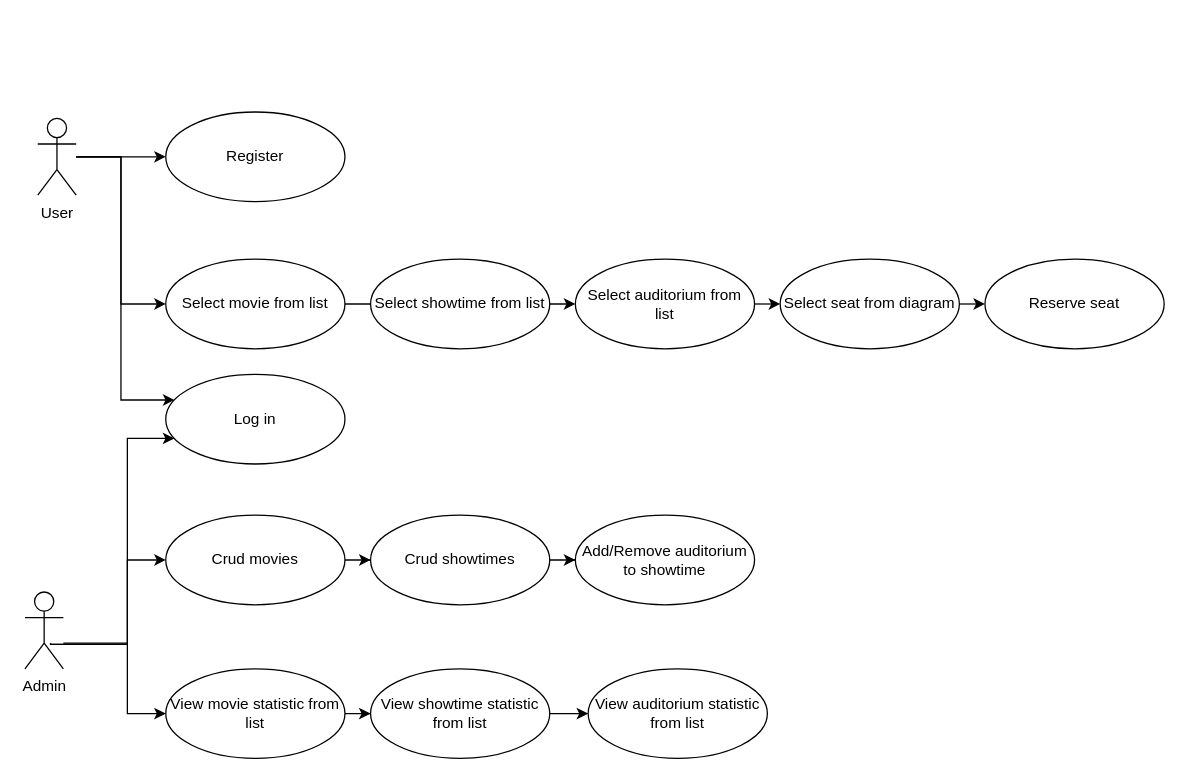
This is diagrams/use-case.drawio from MykhailoTiutiun/movie-reservation-system, a draw.io file, before an edit. Source tidied: cells renumbered, new cells numbered last; positions are measured from the earlier drawing's top-left corner, leaving out a move shared by most shapes. Both pictures are drawn from the tidied source at 128%, with x=0, y=0 at pixel (24, 111).
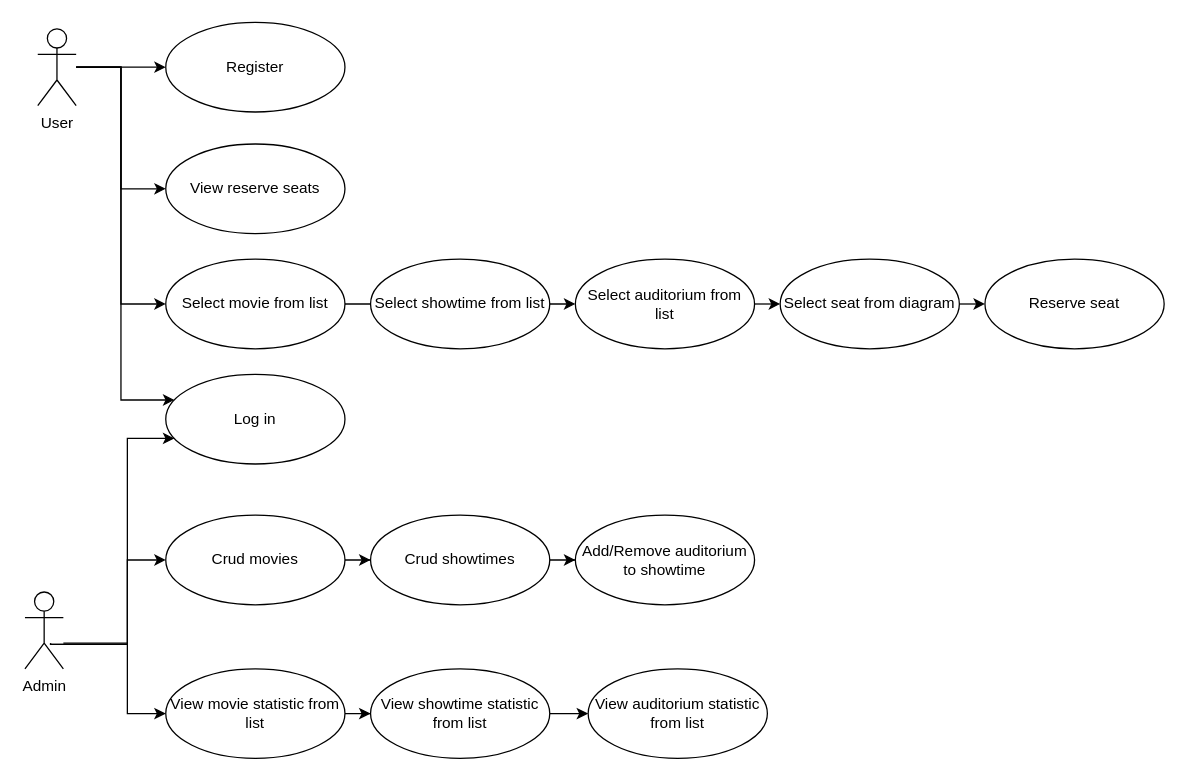
After the change.

The change refers to these unchanged cells:
```xml
<mxCell id="10" value="Log in" style="ellipse;whiteSpace=wrap;html=1;" parent="1" vertex="1">
  <mxGeometry x="110" y="205" width="140" height="70" as="geometry" />
</mxCell>
```

What changed in the source:
```diff
@@
     <mxCell id="6" style="edgeStyle=orthogonalEdgeStyle;rounded=0;jettySize=auto;html=1;" parent="1" edge="1" source="9" target="10">
       <mxGeometry relative="1" as="geometry">
         <Array as="points">
-          <mxPoint x="75" y="35" />
+          <mxPoint x="75" y="-35" />
           <mxPoint x="75" y="225" />
         </Array>
       </mxGeometry>
     </mxCell>
@@
+    <mxCell id="30" style="edgeStyle=orthogonalEdgeStyle;rounded=0;jettySize=auto;html=1;entryX=0;entryY=0.5;entryDx=0;entryDy=0;" parent="1" edge="1" source="9" target="31">
+      <mxGeometry relative="1" as="geometry" />
+    </mxCell>
     <mxCell id="9" value="User" style="shape=umlActor;verticalLabelPosition=bottom;verticalAlign=top;html=1;" parent="1" vertex="1">
-      <mxGeometry x="10" y="5" width="30" height="60" as="geometry" />
+      <mxGeometry x="10" y="-65" width="30" height="60" as="geometry" />
     </mxCell>
@@
     <mxCell id="11" value="Register" style="ellipse;whiteSpace=wrap;html=1;" parent="1" vertex="1">
-      <mxGeometry x="110" width="140" height="70" as="geometry" />
+      <mxGeometry x="110" y="-70" width="140" height="70" as="geometry" />
     </mxCell>
@@
+    <mxCell id="31" value="View reserve seats" style="ellipse;whiteSpace=wrap;html=1;" parent="1" vertex="1">
+      <mxGeometry x="110" y="25" width="140" height="70" as="geometry" />
+    </mxCell>
```
